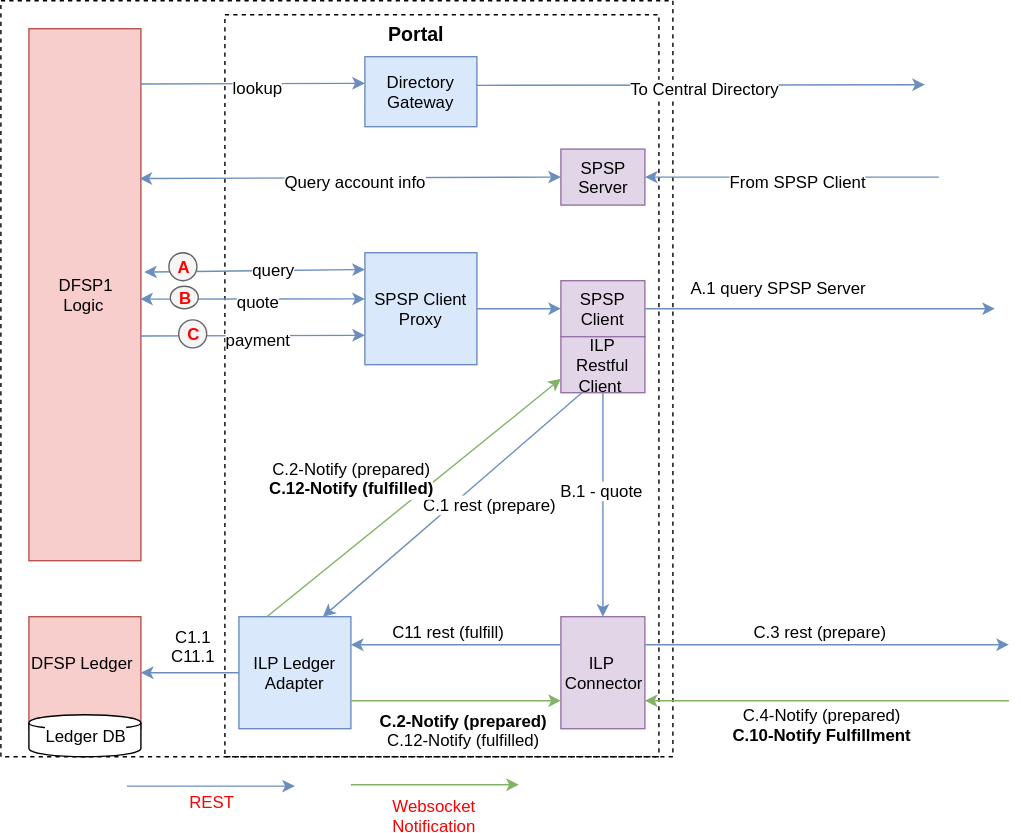
Before: LevelOneClient/LevelOneClientComponents.svg, a diagram exported from draw.io (maduhu/Documentation). Source tidied: cells renumbered, new cells last; positions are measured from the earlier drawing's top-left corner, leaving out a move shared by most shapes. Its diagram source:
```xml
<mxGraphModel background="#ffffff">
  <root>
    <mxCell id="0" />
    <mxCell id="1" parent="0" />
    <mxCell id="2" style="whiteSpace=wrap;html=1;labelBackgroundColor=none;fontSize=12;align=center;verticalAlign=top;dashed=1;" parent="1" vertex="1">
      <mxGeometry width="480" height="540" as="geometry" />
    </mxCell>
    <mxCell id="3" style="whiteSpace=wrap;html=1;labelBackgroundColor=none;fontSize=12;align=center;verticalAlign=top;dashed=1;fillColor=none;" parent="1" vertex="1">
      <mxGeometry x="160" y="10" width="310" height="530" as="geometry" />
    </mxCell>
    <mxCell id="4" value="DFSP1&lt;div&gt;Logic&amp;nbsp;&lt;/div&gt;" style="whiteSpace=wrap;html=1;labelBackgroundColor=none;fontSize=12;align=center;fillColor=#f8cecc;strokeColor=#b85450;" parent="1" vertex="1">
      <mxGeometry x="20" y="20" width="80" height="380" as="geometry" />
    </mxCell>
    <mxCell id="5" value="SPSP Client Proxy" style="whiteSpace=wrap;html=1;labelBackgroundColor=none;fontSize=12;align=center;fillColor=#dae8fc;strokeColor=#6c8ebf;" parent="1" vertex="1">
      <mxGeometry x="260" y="180" width="80" height="80" as="geometry" />
    </mxCell>
    <mxCell id="6" value="SPSP Client" style="whiteSpace=wrap;html=1;labelBackgroundColor=none;fontSize=12;align=center;fillColor=#e1d5e7;strokeColor=#9673a6;" parent="1" vertex="1">
      <mxGeometry x="400" y="200" width="60" height="40" as="geometry" />
    </mxCell>
    <mxCell id="7" value="ILP Ledger Adapter" style="whiteSpace=wrap;html=1;labelBackgroundColor=none;fontSize=12;align=center;fillColor=#dae8fc;strokeColor=#6c8ebf;" parent="1" vertex="1">
      <mxGeometry x="170" y="440" width="80" height="80" as="geometry" />
    </mxCell>
    <mxCell id="8" value="&lt;div&gt;DFSP Ledger&amp;nbsp;&lt;/div&gt;" style="whiteSpace=wrap;html=1;labelBackgroundColor=none;fontSize=12;align=center;fillColor=#f8cecc;strokeColor=#b85450;" parent="1" vertex="1">
      <mxGeometry x="20" y="440" width="80" height="80" as="geometry" />
    </mxCell>
    <mxCell id="9" value="ILP&amp;nbsp;&lt;div&gt;Connector&lt;/div&gt;" style="whiteSpace=wrap;html=1;labelBackgroundColor=none;fontSize=12;align=center;fillColor=#e1d5e7;strokeColor=#9673a6;" parent="1" vertex="1">
      <mxGeometry x="400" y="440" width="60" height="80" as="geometry" />
    </mxCell>
    <mxCell id="10" style="endArrow=none;startArrow=classic;html=1;labelBackgroundColor=none;fontSize=12;entryX=0;entryY=0.75;exitX=1;exitY=0.75;fontColor=#00FF00;fillColor=#d5e8d4;strokeColor=#82b366;endFill=0;" parent="1" edge="1" source="9">
      <mxGeometry relative="1" as="geometry">
        <mxPoint x="720" y="500" as="targetPoint" />
      </mxGeometry>
    </mxCell>
    <mxCell id="11" value="&lt;div&gt;C.4-Notify (prepared)&lt;/div&gt;&lt;div&gt;&lt;b&gt;C.10-Notify Fulfillment&lt;/b&gt;&lt;/div&gt;" style="text;html=1;align=center;verticalAlign=middle;labelBackgroundColor=#ffffff;fontSize=12;fontColor=#000000;" parent="10" vertex="1">
      <mxGeometry x="-0.02" y="-2" relative="1" as="geometry">
        <mxPoint x="-3" y="14" as="offset" />
      </mxGeometry>
    </mxCell>
    <mxCell id="12" style="endArrow=classic;startArrow=none;html=1;labelBackgroundColor=none;fontSize=12;entryX=0;entryY=0.75;fontColor=#00FF00;fillColor=#d5e8d4;strokeColor=#82b366;startFill=0;exitX=1;exitY=0.75;" parent="1" edge="1" source="7" target="9">
      <mxGeometry x="685" y="325" as="geometry" />
    </mxCell>
    <mxCell id="13" value="&lt;b&gt;C.2-Notify (prepared)&lt;/b&gt;&lt;div&gt;C.12-Notify (fulfilled)&lt;/div&gt;" style="text;html=1;align=center;verticalAlign=middle;labelBackgroundColor=#ffffff;fontSize=12;fontColor=#000000;" parent="12" vertex="1">
      <mxGeometry relative="1" as="geometry">
        <mxPoint x="5" y="20" as="offset" />
      </mxGeometry>
    </mxCell>
    <mxCell id="14" style="endArrow=classic;startArrow=none;html=1;labelBackgroundColor=none;fontSize=12;entryX=0;entryY=0.5;exitX=1;exitY=0.5;fontColor=#00FF00;fillColor=#dae8fc;strokeColor=#6c8ebf;startFill=0;" parent="1" edge="1" source="5" target="6">
      <mxGeometry x="695" y="295" as="geometry" />
    </mxCell>
    <mxCell id="15" style="endArrow=classic;startArrow=none;html=1;labelBackgroundColor=none;fontSize=12;fontColor=#00FF00;fillColor=#dae8fc;strokeColor=#6c8ebf;startFill=0;exitX=0;exitY=0.5;entryX=1;entryY=0.5;" parent="1" edge="1" source="7" target="8">
      <mxGeometry x="715" y="355" as="geometry" />
    </mxCell>
    <mxCell id="16" value="C1.1&lt;div&gt;C11.1&lt;/div&gt;" style="text;html=1;align=center;verticalAlign=middle;labelBackgroundColor=#ffffff;fontSize=12;fontColor=#000000;" parent="15" vertex="1">
      <mxGeometry relative="1" as="geometry">
        <mxPoint x="2" y="-20" as="offset" />
      </mxGeometry>
    </mxCell>
    <mxCell id="17" value="ILP Restful Client&amp;nbsp;" style="whiteSpace=wrap;html=1;labelBackgroundColor=none;fontSize=12;align=center;fillColor=#e1d5e7;strokeColor=#9673a6;" parent="1" vertex="1">
      <mxGeometry x="400" y="240" width="60" height="40" as="geometry" />
    </mxCell>
    <mxCell id="18" style="endArrow=classic;startArrow=none;html=1;labelBackgroundColor=none;fontSize=12;exitX=1;exitY=0.25;fontColor=#00FF00;fillColor=#dae8fc;strokeColor=#6c8ebf;startFill=0;entryX=0;entryY=0.25;" parent="1" edge="1" source="9">
      <mxGeometry x="705" y="345" as="geometry">
        <mxPoint x="720" y="460" as="targetPoint" />
      </mxGeometry>
    </mxCell>
    <mxCell id="19" value="C.3 rest (prepare)" style="text;html=1;align=center;verticalAlign=middle;labelBackgroundColor=#ffffff;fontSize=12;fontColor=#000000;" parent="18" vertex="1">
      <mxGeometry relative="1" as="geometry">
        <mxPoint x="-5" y="-10" as="offset" />
      </mxGeometry>
    </mxCell>
    <mxCell id="20" style="endArrow=classic;html=1;labelBackgroundColor=none;fontSize=12;fontColor=#FF0000;fillColor=#dae8fc;strokeColor=#6c8ebf;" parent="1" edge="1">
      <mxGeometry relative="1" as="geometry">
        <mxPoint x="90" y="561" as="sourcePoint" />
        <mxPoint x="210" y="561" as="targetPoint" />
      </mxGeometry>
    </mxCell>
    <mxCell id="21" value="REST" style="text;html=1;align=center;verticalAlign=middle;labelBackgroundColor=#ffffff;fontSize=12;fontColor=#FF0000;" parent="20" vertex="1">
      <mxGeometry x="0.3" y="1" relative="1" as="geometry">
        <mxPoint x="-18" y="11" as="offset" />
      </mxGeometry>
    </mxCell>
    <mxCell id="22" style="endArrow=classic;html=1;labelBackgroundColor=none;fontSize=12;fontColor=#FF0000;fillColor=#d5e8d4;strokeColor=#82b366;" parent="1" edge="1">
      <mxGeometry x="300" y="500" as="geometry">
        <mxPoint x="250" y="560" as="sourcePoint" />
        <mxPoint x="370" y="560" as="targetPoint" />
      </mxGeometry>
    </mxCell>
    <mxCell id="23" value="Websocket&lt;div&gt;Notification&lt;/div&gt;" style="text;html=1;align=center;verticalAlign=middle;labelBackgroundColor=#ffffff;fontSize=12;fontColor=#FF0000;" parent="22" vertex="1">
      <mxGeometry x="0.3" y="1" relative="1" as="geometry">
        <mxPoint x="-18" y="22" as="offset" />
      </mxGeometry>
    </mxCell>
    <mxCell id="24" value="Ledger DB" style="shape=cylinder;whiteSpace=wrap;html=1;labelBackgroundColor=#ffffff;fontSize=12;fontColor=#000000;align=center;verticalAlign=middle;" parent="1" vertex="1">
      <mxGeometry x="20" y="510" width="80" height="30" as="geometry" />
    </mxCell>
    <mxCell id="25" style="endArrow=classic;startArrow=none;html=1;labelBackgroundColor=none;fontSize=12;fontColor=#00FF00;fillColor=#dae8fc;strokeColor=#6c8ebf;startFill=0;exitX=0;exitY=0.25;entryX=1;entryY=0.25;" parent="1" edge="1" source="9" target="7">
      <mxGeometry x="725" y="365" as="geometry" />
    </mxCell>
    <mxCell id="26" value="&lt;div&gt;C11 rest (fulfill)&lt;/div&gt;" style="text;html=1;align=center;verticalAlign=middle;labelBackgroundColor=#ffffff;fontSize=12;fontColor=#000000;" parent="25" vertex="1">
      <mxGeometry relative="1" as="geometry">
        <mxPoint x="-5" y="-10" as="offset" />
      </mxGeometry>
    </mxCell>
    <mxCell id="27" style="endArrow=classic;startArrow=none;html=1;labelBackgroundColor=none;fontSize=12;entryX=0.75;entryY=0;exitX=0.25;exitY=1;fontColor=#00FF00;fillColor=#dae8fc;strokeColor=#6c8ebf;startFill=0;" parent="1" edge="1" source="17" target="7">
      <mxGeometry x="705" y="345" as="geometry" />
    </mxCell>
    <mxCell id="28" value="&lt;div&gt;C.1 rest (prepare)&lt;/div&gt;" style="text;html=1;align=center;verticalAlign=middle;labelBackgroundColor=#ffffff;fontSize=12;fontColor=#000000;" parent="27" vertex="1">
      <mxGeometry relative="1" as="geometry">
        <mxPoint x="27" as="offset" />
      </mxGeometry>
    </mxCell>
    <mxCell id="29" style="endArrow=classic;html=1;labelBackgroundColor=none;fontSize=12;fontColor=#FF0000;fillColor=#d5e8d4;strokeColor=#82b366;exitX=0.25;exitY=0;entryX=0;entryY=0.75;" parent="1" edge="1" source="7" target="17">
      <mxGeometry x="860" y="549" as="geometry" />
    </mxCell>
    <mxCell id="30" value="&lt;div&gt;&lt;span style=&quot;line-height: 1.2&quot;&gt;C.2-Notify (prepared)&lt;/span&gt;&lt;br&gt;&lt;/div&gt;&lt;div&gt;&lt;span style=&quot;line-height: 1.2&quot;&gt;&lt;b&gt;C.12-Notify (fulfilled)&lt;/b&gt;&lt;/span&gt;&lt;br&gt;&lt;/div&gt;" style="text;html=1;align=center;verticalAlign=middle;labelBackgroundColor=#ffffff;fontSize=12;fontColor=#000000;" parent="29" vertex="1">
      <mxGeometry relative="1" as="geometry">
        <mxPoint x="-45" y="-15" as="offset" />
      </mxGeometry>
    </mxCell>
    <mxCell id="31" style="endArrow=classic;startArrow=none;html=1;labelBackgroundColor=none;fontSize=12;entryX=0.5;entryY=0;exitX=0.5;exitY=1;fontColor=#00FF00;fillColor=#dae8fc;strokeColor=#6c8ebf;startFill=0;" parent="1" edge="1" source="17" target="9">
      <mxGeometry x="715" y="355" as="geometry" />
    </mxCell>
    <mxCell id="32" value="B.1 - quote" style="text;html=1;align=center;verticalAlign=middle;labelBackgroundColor=#ffffff;fontSize=12;fontColor=#000000;" parent="31" vertex="1">
      <mxGeometry relative="1" as="geometry">
        <mxPoint x="-1" y="-11" as="offset" />
      </mxGeometry>
    </mxCell>
    <mxCell id="33" style="endArrow=classic;startArrow=classic;html=1;fontColor=#4D4D4D;entryX=0;entryY=0.5;exitX=1.025;exitY=0.308;exitPerimeter=0;fillColor=#dae8fc;strokeColor=#6c8ebf;" parent="1" edge="1">
      <mxGeometry relative="1" as="geometry">
        <mxPoint x="102.3" y="193.8" as="sourcePoint" />
        <mxPoint x="260" y="192" as="targetPoint" />
      </mxGeometry>
    </mxCell>
    <mxCell id="34" value="query" style="text;html=1;align=center;verticalAlign=middle;labelBackgroundColor=#ffffff;fontSize=12;fontColor=#000000;" parent="33" vertex="1">
      <mxGeometry x="0.18" y="1" relative="1" as="geometry" />
    </mxCell>
    <mxCell id="35" style="endArrow=classic;startArrow=none;html=1;fontColor=#4D4D4D;entryX=0;entryY=0.5;exitX=0.208;exitY=0.41;exitPerimeter=0;fillColor=#dae8fc;strokeColor=#6c8ebf;startFill=0;" parent="1" edge="1">
      <mxGeometry x="210" y="179" as="geometry">
        <mxPoint x="99.5" y="239.4" as="sourcePoint" />
        <mxPoint x="260" y="239" as="targetPoint" />
      </mxGeometry>
    </mxCell>
    <mxCell id="36" value="payment" style="text;html=1;align=center;verticalAlign=middle;labelBackgroundColor=#ffffff;fontSize=12;fontColor=#000000;" parent="35" vertex="1">
      <mxGeometry relative="1" as="geometry">
        <mxPoint x="4" y="2" as="offset" />
      </mxGeometry>
    </mxCell>
    <mxCell id="37" value="A" style="ellipse;whiteSpace=wrap;html=1;labelBackgroundColor=none;fontSize=12;fontColor=#FF0000;align=center;fontStyle=1;fillColor=#f5f5f5;strokeColor=#666666;" parent="1" vertex="1">
      <mxGeometry x="120" y="180" width="20" height="20" as="geometry" />
    </mxCell>
    <mxCell id="38" value="C" style="ellipse;whiteSpace=wrap;html=1;labelBackgroundColor=none;fontSize=12;fontColor=#FF0000;align=center;fontStyle=1;fillColor=#f5f5f5;strokeColor=#666666;" parent="1" vertex="1">
      <mxGeometry x="127" y="228" width="20" height="20" as="geometry" />
    </mxCell>
    <mxCell id="39" style="endArrow=classic;startArrow=classic;html=1;fontColor=#4D4D4D;entryX=0;entryY=0.5;exitX=0.208;exitY=0.317;exitPerimeter=0;fillColor=#dae8fc;strokeColor=#6c8ebf;" parent="1" edge="1">
      <mxGeometry x="210" y="153" as="geometry">
        <mxPoint x="99.5" y="213.1" as="sourcePoint" />
        <mxPoint x="260" y="213" as="targetPoint" />
      </mxGeometry>
    </mxCell>
    <mxCell id="40" value="quote" style="text;html=1;align=center;verticalAlign=middle;labelBackgroundColor=#ffffff;fontSize=12;fontColor=#000000;" parent="39" vertex="1">
      <mxGeometry relative="1" as="geometry">
        <mxPoint x="4" y="1" as="offset" />
      </mxGeometry>
    </mxCell>
    <mxCell id="41" value="B" style="ellipse;whiteSpace=wrap;html=1;labelBackgroundColor=none;fontSize=12;fontColor=#FF0000;align=center;fontStyle=1;fillColor=#f5f5f5;strokeColor=#666666;" parent="1" vertex="1">
      <mxGeometry x="121" y="204" width="20" height="16" as="geometry" />
    </mxCell>
    <mxCell id="42" style="endArrow=classic;startArrow=none;html=1;labelBackgroundColor=none;fontSize=12;exitX=1;exitY=0.5;fontColor=#00FF00;fillColor=#dae8fc;strokeColor=#6c8ebf;startFill=0;" parent="1" edge="1" source="6">
      <mxGeometry x="705" y="305" as="geometry">
        <mxPoint x="710" y="220" as="targetPoint" />
      </mxGeometry>
    </mxCell>
    <mxCell id="43" value="&lt;div&gt;A.1 query SPSP Server&lt;/div&gt;" style="text;html=1;align=center;verticalAlign=middle;labelBackgroundColor=#ffffff;fontSize=12;fontColor=#000000;" parent="42" vertex="1">
      <mxGeometry relative="1" as="geometry">
        <mxPoint x="-30" y="-16" as="offset" />
      </mxGeometry>
    </mxCell>
    <mxCell id="44" value="Directory Gateway" style="whiteSpace=wrap;html=1;labelBackgroundColor=none;fontSize=12;align=center;fillColor=#dae8fc;strokeColor=#6c8ebf;" parent="1" vertex="1">
      <mxGeometry x="260" y="40" width="80" height="50" as="geometry" />
    </mxCell>
    <mxCell id="45" value="Portal" style="text;html=1;align=left;verticalAlign=top;spacingTop=-4;fontStyle=1;fontSize=14;" parent="1" vertex="1">
      <mxGeometry x="275" y="13" width="50" height="20" as="geometry" />
    </mxCell>
    <mxCell id="46" style="endArrow=classic;startArrow=none;html=1;fontColor=#4D4D4D;entryX=0;entryY=0.5;exitX=0.208;exitY=0.41;exitPerimeter=0;fillColor=#dae8fc;strokeColor=#6c8ebf;startFill=0;" parent="1" edge="1">
      <mxGeometry x="210" y="-1" as="geometry">
        <mxPoint x="99.5" y="59.4" as="sourcePoint" />
        <mxPoint x="260" y="59" as="targetPoint" />
      </mxGeometry>
    </mxCell>
    <mxCell id="47" value="lookup" style="text;html=1;align=center;verticalAlign=middle;labelBackgroundColor=#ffffff;fontSize=12;fontColor=#000000;" parent="46" vertex="1">
      <mxGeometry relative="1" as="geometry">
        <mxPoint x="4" y="2" as="offset" />
      </mxGeometry>
    </mxCell>
    <mxCell id="48" style="endArrow=classic;startArrow=none;html=1;fontColor=#4D4D4D;exitX=0.208;exitY=0.41;exitPerimeter=0;fillColor=#dae8fc;strokeColor=#6c8ebf;startFill=0;" parent="1" edge="1">
      <mxGeometry x="450" as="geometry">
        <mxPoint x="339.5" y="60.4" as="sourcePoint" />
        <mxPoint x="660" y="60" as="targetPoint" />
      </mxGeometry>
    </mxCell>
    <mxCell id="49" value="To Central Directory" style="text;html=1;align=center;verticalAlign=middle;labelBackgroundColor=#ffffff;fontSize=12;fontColor=#000000;" parent="48" vertex="1">
      <mxGeometry relative="1" as="geometry">
        <mxPoint x="4" y="2" as="offset" />
      </mxGeometry>
    </mxCell>
    <mxCell id="50" value="&lt;div&gt;SPSP&lt;/div&gt;&lt;div&gt;Server&lt;/div&gt;" style="whiteSpace=wrap;html=1;labelBackgroundColor=none;fontSize=12;align=center;fillColor=#e1d5e7;strokeColor=#9673a6;" parent="1" vertex="1">
      <mxGeometry x="400" y="106" width="60" height="40" as="geometry" />
    </mxCell>
    <mxCell id="51" style="endArrow=classic;startArrow=none;html=1;fontColor=#4D4D4D;entryX=1;entryY=0.5;fillColor=#dae8fc;strokeColor=#6c8ebf;startFill=0;" parent="1" edge="1" target="50">
      <mxGeometry x="220" y="189" as="geometry">
        <mxPoint x="670" y="126" as="sourcePoint" />
      </mxGeometry>
    </mxCell>
    <mxCell id="52" value="From SPSP Client" style="text;html=1;align=center;verticalAlign=middle;labelBackgroundColor=#ffffff;fontSize=12;fontColor=#000000;" parent="51" vertex="1">
      <mxGeometry relative="1" as="geometry">
        <mxPoint x="4" y="2" as="offset" />
      </mxGeometry>
    </mxCell>
    <mxCell id="53" style="endArrow=classic;startArrow=classic;html=1;fontColor=#4D4D4D;exitX=0;exitY=0.5;fillColor=#dae8fc;strokeColor=#6c8ebf;startFill=1;entryX=0.988;entryY=0.282;entryPerimeter=0;" parent="1" edge="1" source="50" target="4">
      <mxGeometry x="220" y="189" as="geometry" />
    </mxCell>
    <mxCell id="54" value="Query account info" style="text;html=1;align=center;verticalAlign=middle;labelBackgroundColor=#ffffff;fontSize=12;fontColor=#000000;" parent="53" vertex="1">
      <mxGeometry relative="1" as="geometry">
        <mxPoint x="4" y="2" as="offset" />
      </mxGeometry>
    </mxCell>
  </root>
</mxGraphModel>
```
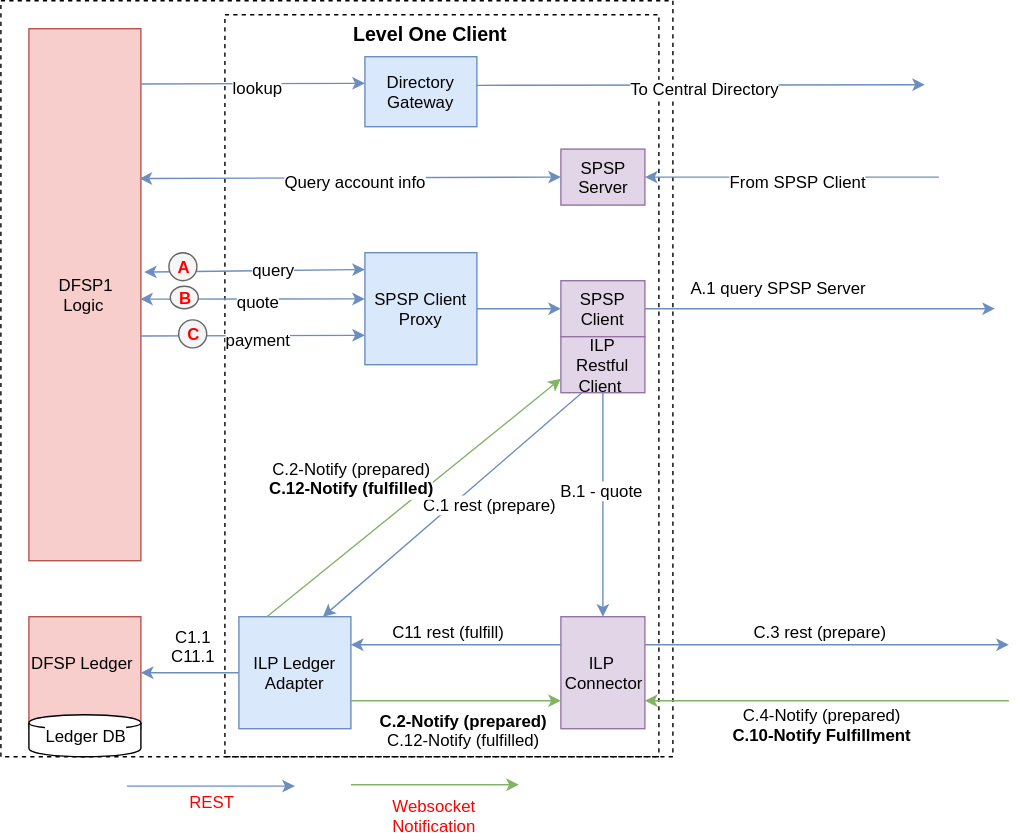
After the change.

Commit message:
update send payment diagram and overview

What changed in the source:
```diff
@@ -178,8 +178,8 @@
     <mxCell id="44" value="Directory Gateway" style="whiteSpace=wrap;html=1;labelBackgroundColor=none;fontSize=12;align=center;fillColor=#dae8fc;strokeColor=#6c8ebf;" parent="1" vertex="1">
       <mxGeometry x="260" y="40" width="80" height="50" as="geometry" />
     </mxCell>
-    <mxCell id="45" value="Portal" style="text;html=1;align=left;verticalAlign=top;spacingTop=-4;fontStyle=1;fontSize=14;" parent="1" vertex="1">
-      <mxGeometry x="275" y="13" width="50" height="20" as="geometry" />
+    <mxCell id="45" value="Level One Client" style="text;html=1;align=left;verticalAlign=top;spacingTop=-4;fontStyle=1;fontSize=14;" parent="1" vertex="1">
+      <mxGeometry x="250" y="13" width="120" height="20" as="geometry" />
     </mxCell>
     <mxCell id="46" style="endArrow=classic;startArrow=none;html=1;fontColor=#4D4D4D;entryX=0;entryY=0.5;exitX=0.208;exitY=0.41;exitPerimeter=0;fillColor=#dae8fc;strokeColor=#6c8ebf;startFill=0;" parent="1" edge="1">
       <mxGeometry x="210" y="-1" as="geometry">
```
